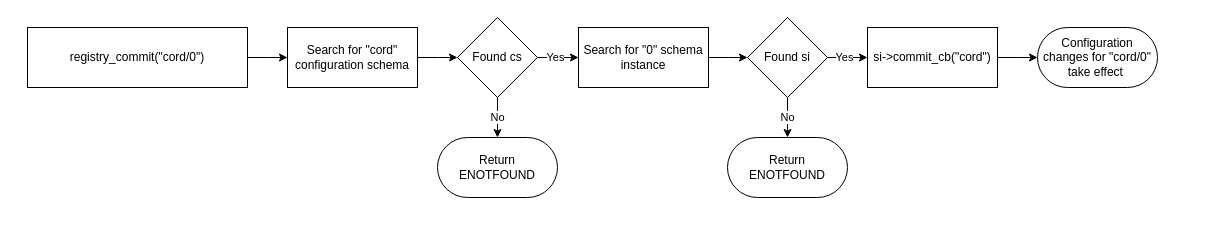
Above: doc/drawio/basic_behavioral_flow_export.drawio in LasseRosenow/riot-runtime-config (draw.io), before the change. Source tidied: cells renumbered, new cells numbered last; positions are measured from the earlier drawing's top-left corner, leaving out a move shared by most shapes. Both pictures are drawn from the tidied source at 100%, with x=0, y=0 at pixel (17, 17).
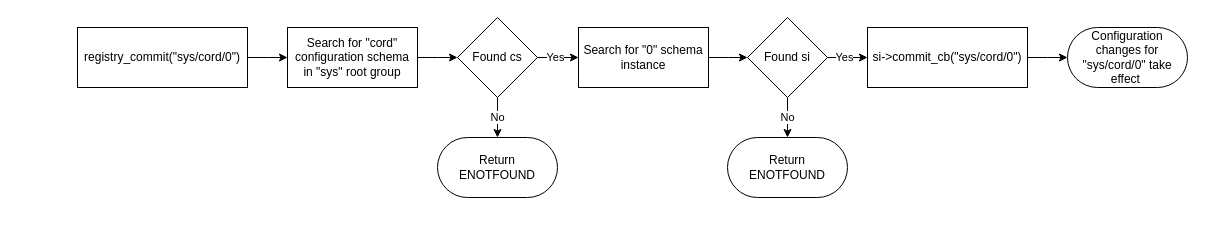
The same page after the edit.

The edit, as a diff of the source:
```diff
@@
 <mxGraphModel background="#FFFFFF">
   <root>
     <mxCell id="0" />
     <mxCell id="1" parent="0" />
     <mxCell id="2" style="rounded=0;whiteSpace=wrap;html=1;strokeColor=none;" parent="1" vertex="1">
-      <mxGeometry width="1150" height="190" as="geometry" />
+      <mxGeometry x="50" width="1130" height="190" as="geometry" />
     </mxCell>
-    <mxCell id="3" value="registry_commit(&quot;cord/0&quot;)" style="rounded=0;whiteSpace=wrap;html=1;" parent="1" vertex="1">
-      <mxGeometry x="10" y="10" width="220" height="60" as="geometry" />
+    <mxCell id="3" value="registry_commit(&quot;sys/cord/0&quot;)" style="rounded=0;whiteSpace=wrap;html=1;" parent="1" vertex="1">
+      <mxGeometry x="60" y="10" width="170" height="60" as="geometry" />
     </mxCell>
     <mxCell id="4" style="edgeStyle=elbowEdgeStyle;rounded=0;html=1;" parent="1" edge="1" source="3" target="6">
       <mxGeometry relative="1" as="geometry" />
     </mxCell>
     <mxCell id="5" style="edgeStyle=elbowEdgeStyle;rounded=0;html=1;" parent="1" edge="1" source="6" target="9">
       <mxGeometry relative="1" as="geometry" />
     </mxCell>
-    <mxCell id="6" value="Search for &quot;cord&quot; configuration schema" style="rounded=0;whiteSpace=wrap;html=1;" parent="1" vertex="1">
+    <mxCell id="6" value="Search for &quot;cord&quot; configuration schema&lt;br&gt;in &quot;sys&quot; root group" style="rounded=0;whiteSpace=wrap;html=1;" parent="1" vertex="1">
       <mxGeometry x="270" y="10" width="130" height="60" as="geometry" />
     </mxCell>
     <mxCell id="7" value="No" style="edgeStyle=elbowEdgeStyle;rounded=0;html=1;" parent="1" edge="1" source="9" target="10">
       <mxGeometry relative="1" as="geometry" />
     </mxCell>
     <mxCell id="8" value="Yes" style="edgeStyle=elbowEdgeStyle;rounded=0;html=1;" parent="1" edge="1" source="9" target="15">
       <mxGeometry x="-0.12" relative="1" as="geometry" />
     </mxCell>
     <mxCell id="9" value="Found cs" style="rhombus;whiteSpace=wrap;html=1;" parent="1" vertex="1">
       <mxGeometry x="440" width="80" height="80" as="geometry" />
     </mxCell>
     <mxCell id="10" value="Return&lt;br&gt;ENOTFOUND" style="rounded=1;whiteSpace=wrap;html=1;arcSize=50;" parent="1" vertex="1">
       <mxGeometry x="420" y="120" width="120" height="60" as="geometry" />
     </mxCell>
     <mxCell id="11" style="edgeStyle=elbowEdgeStyle;rounded=0;html=1;" parent="1" edge="1" source="12" target="13">
       <mxGeometry relative="1" as="geometry" />
     </mxCell>
-    <mxCell id="12" value="si-&amp;gt;commit_cb(&quot;cord&quot;)" style="rounded=0;whiteSpace=wrap;html=1;" parent="1" vertex="1">
-      <mxGeometry x="850" y="10" width="130" height="60" as="geometry" />
+    <mxCell id="12" value="si-&amp;gt;commit_cb(&quot;sys/cord/0&quot;)" style="rounded=0;whiteSpace=wrap;html=1;" parent="1" vertex="1">
+      <mxGeometry x="850" y="10" width="160" height="60" as="geometry" />
     </mxCell>
-    <mxCell id="13" value="Configuration changes for &quot;cord/0&quot; take effect&amp;nbsp;" style="rounded=1;whiteSpace=wrap;html=1;arcSize=50;" parent="1" vertex="1">
-      <mxGeometry x="1020" y="10" width="120" height="60" as="geometry" />
+    <mxCell id="13" value="Configuration changes for &quot;sys/cord/0&quot; take effect&amp;nbsp;" style="rounded=1;whiteSpace=wrap;html=1;arcSize=50;" parent="1" vertex="1">
+      <mxGeometry x="1050" y="10" width="120" height="60" as="geometry" />
     </mxCell>
     <mxCell id="14" style="edgeStyle=elbowEdgeStyle;rounded=0;html=1;" parent="1" edge="1" source="15" target="18">
       <mxGeometry relative="1" as="geometry" />
     </mxCell>
     <mxCell id="15" value="Search for &quot;0&quot; schema instance" style="rounded=0;whiteSpace=wrap;html=1;" parent="1" vertex="1">
       <mxGeometry x="561" y="10" width="130" height="60" as="geometry" />
     </mxCell>
     <mxCell id="16" value="No" style="edgeStyle=elbowEdgeStyle;rounded=0;html=1;" parent="1" edge="1" source="18" target="19">
       <mxGeometry relative="1" as="geometry" />
     </mxCell>
     <mxCell id="17" value="Yes" style="edgeStyle=elbowEdgeStyle;rounded=0;html=1;" parent="1" edge="1" source="18" target="12">
       <mxGeometry x="-0.15" relative="1" as="geometry" />
     </mxCell>
     <mxCell id="18" value="Found si" style="rhombus;whiteSpace=wrap;html=1;" parent="1" vertex="1">
       <mxGeometry x="730" width="80" height="80" as="geometry" />
     </mxCell>
     <mxCell id="19" value="Return&lt;br&gt;ENOTFOUND" style="rounded=1;whiteSpace=wrap;html=1;arcSize=50;" parent="1" vertex="1">
       <mxGeometry x="710" y="120" width="120" height="60" as="geometry" />
     </mxCell>
   </root>
 </mxGraphModel>
```
